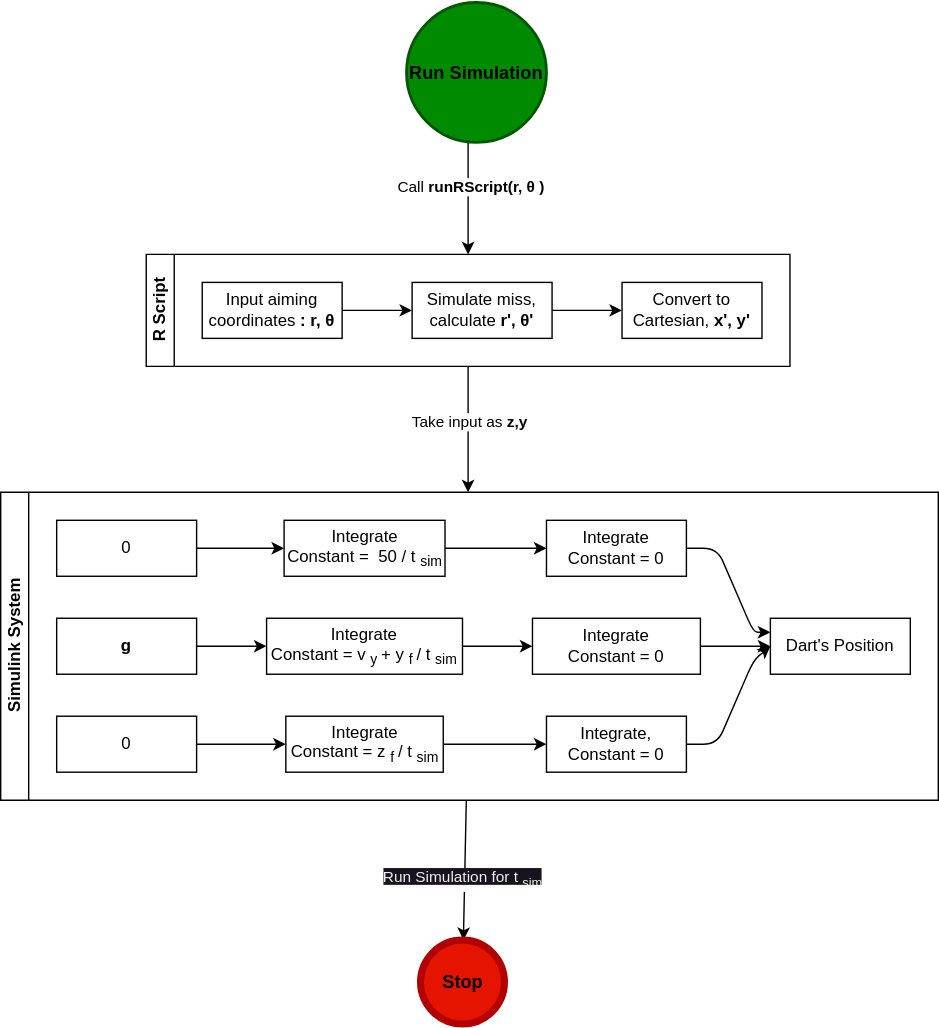
The draw.io diagram img/projFlow.drawio.svg in ojaroker/Darts, before a commit. Source tidied: cells renumbered, new cells last; positions are measured from the earlier drawing's top-left corner, leaving out a move shared by most shapes.
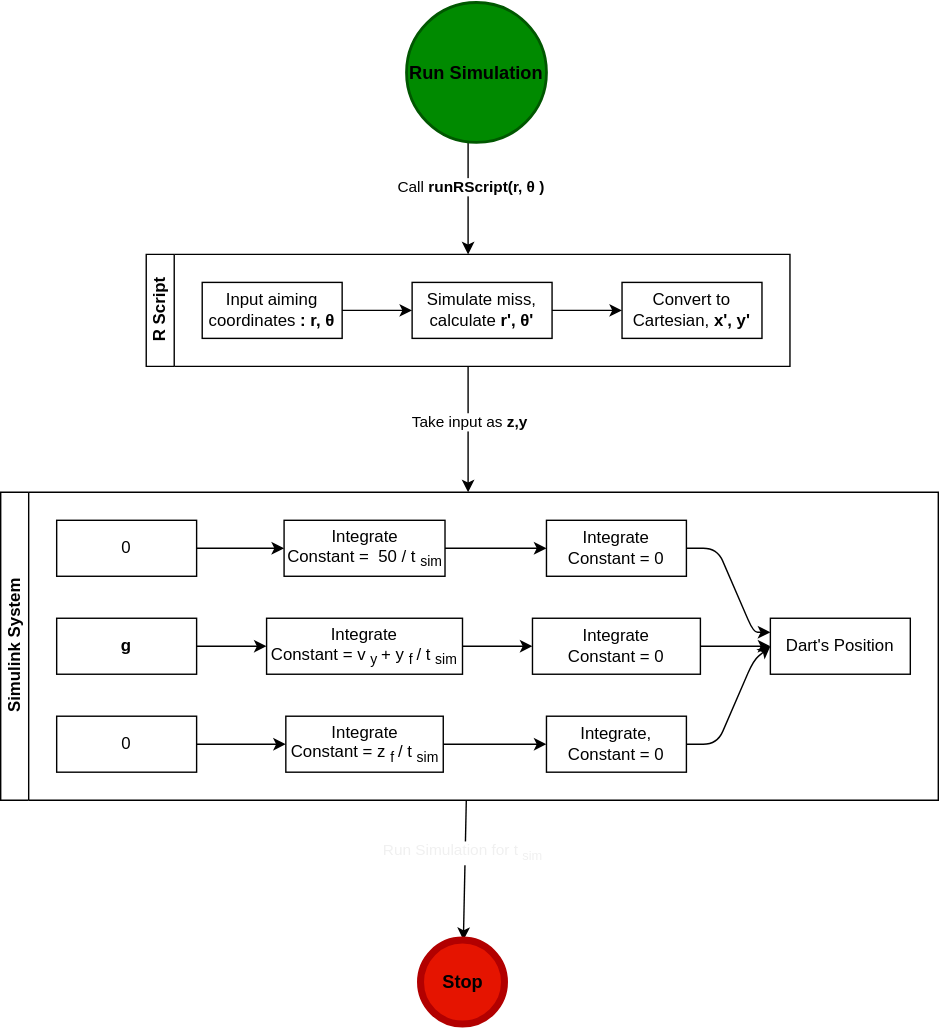
The same file after the commit.

Change to the diagram source:
```diff
@@ -54,8 +54,8 @@
     <mxCell id="13" style="edgeStyle=none;html=1;fontSize=13;fontColor=#FFFFFF;" parent="1" edge="1" source="15" target="45">
       <mxGeometry relative="1" as="geometry" />
     </mxCell>
-    <mxCell id="14" value="&lt;span style=&quot;background-color: rgb(24, 20, 29);&quot;&gt;&lt;font color=&quot;#f0f0f0&quot;&gt;Run Simulation for t&lt;sub style=&quot;&quot;&gt;sim&lt;/sub&gt;&lt;/font&gt;&lt;/span&gt;" style="edgeLabel;html=1;align=center;verticalAlign=middle;fontSize=11;fontColor=#FFFFFF;" parent="13" vertex="1">
-      <mxGeometry x="0.15" y="-2" relative="1" as="geometry" />
+    <mxCell id="14" value="Run Simulation for t&lt;sub&gt;sim&lt;/sub&gt;" style="edgeLabel;html=1;align=center;verticalAlign=middle;fontColor=#F0F0F0;" parent="13" vertex="1">
+      <mxGeometry x="-0.24" y="-2" relative="1" as="geometry" />
     </mxCell>
     <mxCell id="15" value="Simulink System" style="swimlane;html=1;startSize=20;horizontal=0;flowOrientation=west;interRankCellSpacing=50;containerType=tree;fontSize=12;" parent="1" vertex="1">
       <mxGeometry y="350" width="670" height="220" as="geometry" />
```
